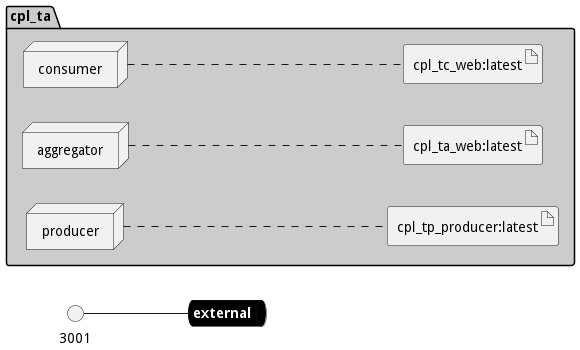
The PlantUML diagram docs/edgemere/cpl/ta/envs/dev/deployment.png in madajaju/edgemere, before a commit. Its diagram source:
```plantuml
@startuml

left to right direction


queue external #black [
    <b><color:white>external</color></b>
]

interface 3001
3001 -- external






package "cpl_ta" #cccccc {

node "consumer" as consumerService
node "aggregator" as aggregatorService
node "producer" as producerService


        artifact "cpl_tc_web:latest" as cpl_tc_weblatestimage

        artifact "cpl_ta_web:latest" as cpl_ta_weblatestimage

        artifact "cpl_tp_producer:latest" as cpl_tp_producerlatestimage

}
consumerService .... cpl_tc_weblatestimage
aggregatorService .... cpl_ta_weblatestimage
producerService .... cpl_tp_producerlatestimage


@enduml
```
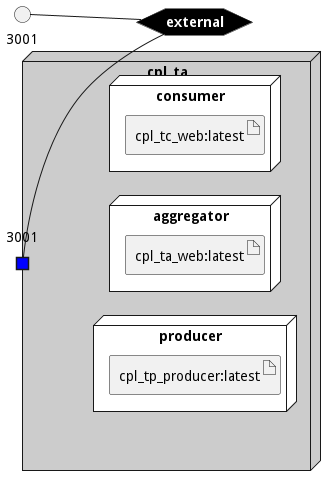
The same diagram one commit later.

Change to the diagram source:
```diff
@@ -3,7 +3,7 @@
 left to right direction
 
 
-queue external #black [
+hexagon external #black [
     <b><color:white>external</color></b>
 ]
 
@@ -14,24 +14,33 @@
 
 
 
+node "cpl_ta" #cccccc {
 
-package "cpl_ta" #cccccc {
-
-node "consumer" as consumerService
-node "aggregator" as aggregatorService
-node "producer" as producerService
+    portin "3001" as cpl_taPort3001 #blue
+    cpl_taPort3001 -- external
 
 
-        artifact "cpl_tc_web:latest" as cpl_tc_weblatestimage
 
-        artifact "cpl_ta_web:latest" as cpl_ta_weblatestimage
+node "consumer" as consumerService #white {
 
-        artifact "cpl_tp_producer:latest" as cpl_tp_producerlatestimage
+
+    artifact "cpl_tc_web:latest" as cpl_tc_weblatestimage
 
 }
-consumerService .... cpl_tc_weblatestimage
-aggregatorService .... cpl_ta_weblatestimage
-producerService .... cpl_tp_producerlatestimage
+node "aggregator" as aggregatorService #white {
+
+
+    artifact "cpl_ta_web:latest" as cpl_ta_weblatestimage
+
+}
+node "producer" as producerService #white {
+
+
+    artifact "cpl_tp_producer:latest" as cpl_tp_producerlatestimage
+
+}
+
+}
 
 
 @enduml
```
